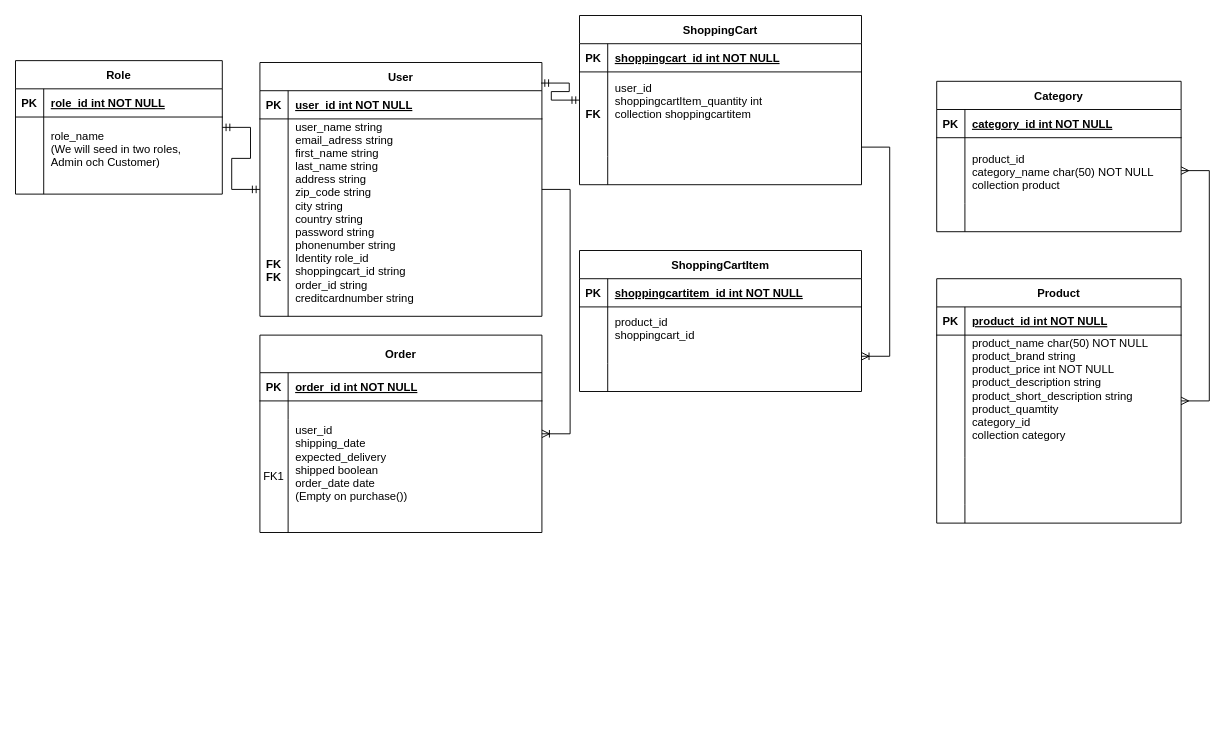
Earlier version of the draw.io diagram Database Diagram.drawio (Saravasha/Lexicon_Project_Webshop_G10_G2). Source tidied: cells renumbered, new cells numbered last; positions are measured from the earlier drawing's top-left corner, leaving out a move shared by most shapes. Both pictures are drawn from the tidied source at 94%, with x=0, y=0 at pixel (15, 15).
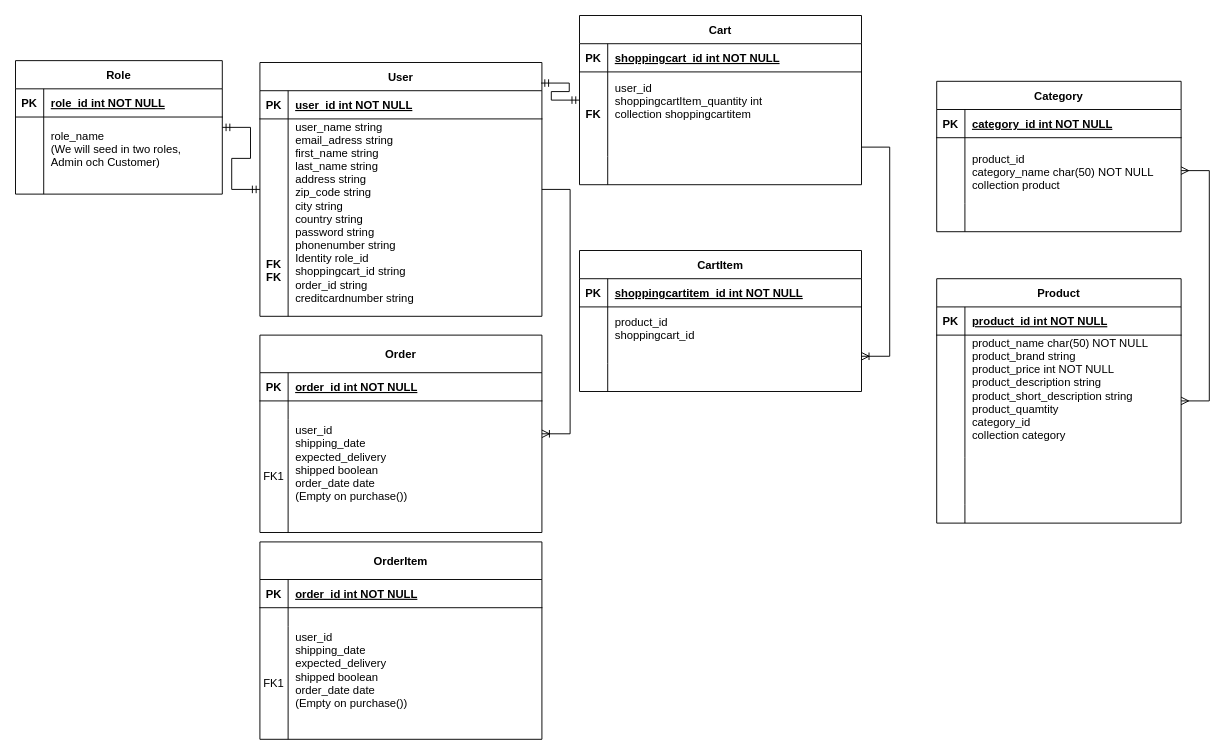
The same page after the edit.

Commit message:
Lagt till nytt OrderItem

Change to the diagram source:
```diff
@@
-    <mxCell id="26" value="ShoppingCart" style="shape=table;startSize=30;childLayout=tableLayout;rowLines=0;fontStyle=1;align=center;" parent="1" vertex="1">
+    <mxCell id="26" value="Cart" style="shape=table;startSize=30;childLayout=tableLayout;rowLines=0;fontStyle=1;align=center;" parent="1" vertex="1">
       <mxGeometry x="600" width="300" height="180" as="geometry" />
     </mxCell>
@@
-    <mxCell id="60" value="ShoppingCartItem" style="shape=table;startSize=30;childLayout=tableLayout;rowLines=0;fontStyle=1;align=center;" parent="1" vertex="1">
+    <mxCell id="60" value="CartItem" style="shape=table;startSize=30;childLayout=tableLayout;rowLines=0;fontStyle=1;align=center;" parent="1" vertex="1">
       <mxGeometry x="600" y="250" width="300" height="150" as="geometry" />
     </mxCell>
@@
+    <mxCell id="74" value="OrderItem" style="shape=table;startSize=40;childLayout=tableLayout;rowLines=0;fontStyle=1;align=center;" parent="1" vertex="1">
+      <mxGeometry x="260" y="560" width="300" height="210" as="geometry" />
+    </mxCell>
+    <mxCell id="75" style="shape=partialRectangle;fillColor=none;top=0;left=0;right=0;bottom=1;" parent="74" vertex="1">
+      <mxGeometry y="40" width="300" height="30" as="geometry" />
+    </mxCell>
+    <mxCell id="76" value="PK" style="shape=partialRectangle;overflow=hidden;fillColor=none;top=0;left=0;bottom=0;right=0;fontStyle=1;" parent="75" vertex="1">
+      <mxGeometry width="30" height="30" as="geometry" />
+    </mxCell>
+    <mxCell id="77" value="order_id int NOT NULL " style="shape=partialRectangle;overflow=hidden;fillColor=none;top=0;left=0;bottom=0;right=0;align=left;spacingLeft=6;fontStyle=5;" parent="75" vertex="1">
+      <mxGeometry x="30" width="270" height="30" as="geometry" />
+    </mxCell>
+    <mxCell id="78" style="shape=partialRectangle;fillColor=none;top=0;left=0;right=0;bottom=0;" parent="74" vertex="1">
+      <mxGeometry y="70" width="300" height="20" as="geometry" />
+    </mxCell>
+    <mxCell id="79" style="shape=partialRectangle;overflow=hidden;fillColor=none;top=0;left=0;bottom=0;right=0;" parent="78" vertex="1">
+      <mxGeometry width="30" height="20" as="geometry" />
+    </mxCell>
+    <mxCell id="80" style="shape=partialRectangle;overflow=hidden;fillColor=none;top=0;left=0;bottom=0;right=0;align=left;spacingLeft=6;" parent="78" vertex="1">
+      <mxGeometry x="30" width="270" height="20" as="geometry" />
+    </mxCell>
+    <mxCell id="81" style="shape=partialRectangle;fillColor=none;top=0;left=0;right=0;bottom=0;" parent="74" vertex="1">
+      <mxGeometry y="90" width="300" height="120" as="geometry" />
+    </mxCell>
+    <mxCell id="82" value="FK1" style="shape=partialRectangle;overflow=hidden;fillColor=none;top=0;left=0;bottom=0;right=0;" parent="81" vertex="1">
+      <mxGeometry width="30" height="120" as="geometry" />
+    </mxCell>
+    <mxCell id="83" value="user_id&#10;shipping_date&#10;expected_delivery&#10;shipped boolean&#10;order_date date&#10;(Empty on purchase())&#10;&#10;" style="shape=partialRectangle;overflow=hidden;fillColor=none;top=0;left=0;bottom=0;right=0;align=left;spacingLeft=6;" parent="81" vertex="1">
+      <mxGeometry x="30" width="270" height="120" as="geometry" />
+    </mxCell>
```
